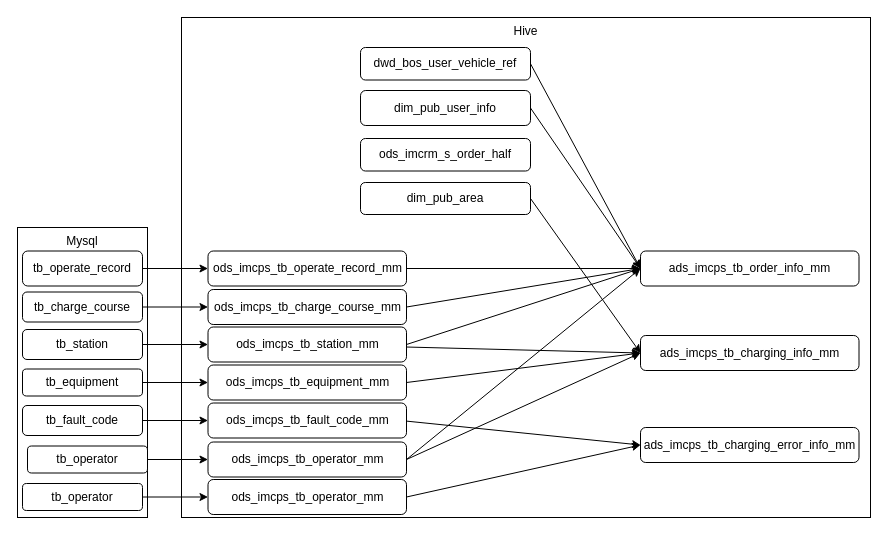
Before: 公共充电数据链路图.drawio in taitaibai/test, a draw.io diagram. Source tidied: cells renumbered, new cells numbered last; positions are measured from the earlier drawing's top-left corner, leaving out a move shared by most shapes. Both pictures are drawn from the tidied source at 100%, with x=0, y=0 at pixel (17, 17).
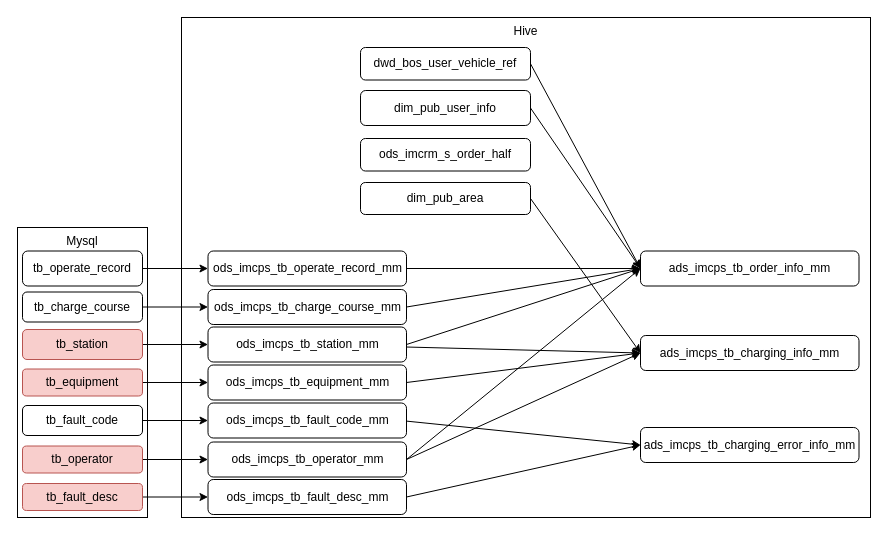
After the change.

Commit message:
更新公共充电数据链路图.drawio

Change to the diagram source:
```diff
@@
-    <mxCell id="9" value="tb_station" style="rounded=1;whiteSpace=wrap;html=1;" parent="1" vertex="1">
+    <mxCell id="9" value="tb_station" style="rounded=1;whiteSpace=wrap;html=1;fillColor=#f8cecc;strokeColor=#b85450;" parent="1" vertex="1">
       <mxGeometry x="5" y="312" width="120" height="30" as="geometry" />
     </mxCell>
@@
-    <mxCell id="11" value="tb_equipment" style="rounded=1;whiteSpace=wrap;html=1;" parent="1" vertex="1">
+    <mxCell id="11" value="tb_equipment" style="rounded=1;whiteSpace=wrap;html=1;fillColor=#f8cecc;strokeColor=#b85450;" parent="1" vertex="1">
       <mxGeometry x="5" y="351.5" width="120" height="27" as="geometry" />
     </mxCell>
@@
-    <mxCell id="15" value="tb_operator" style="rounded=1;whiteSpace=wrap;html=1;" parent="1" vertex="1">
-      <mxGeometry x="10" y="428.5" width="120" height="27" as="geometry" />
+    <mxCell id="15" value="tb_operator" style="rounded=1;whiteSpace=wrap;html=1;fillColor=#f8cecc;strokeColor=#b85450;" parent="1" vertex="1">
+      <mxGeometry x="5" y="428.5" width="120" height="27" as="geometry" />
     </mxCell>
@@
-    <mxCell id="41" value="tb_operator" style="rounded=1;whiteSpace=wrap;html=1;" parent="1" vertex="1">
+    <mxCell id="41" value="tb_fault_desc" style="rounded=1;whiteSpace=wrap;html=1;fillColor=#f8cecc;strokeColor=#b85450;" parent="1" vertex="1">
       <mxGeometry x="5" y="466" width="120" height="27" as="geometry" />
     </mxCell>
@@
-    <mxCell id="43" value="ods_imcps_tb_operator_mm" style="rounded=1;whiteSpace=wrap;html=1;" parent="1" vertex="1">
+    <mxCell id="43" value="ods_imcps_tb_fault_desc_mm" style="rounded=1;whiteSpace=wrap;html=1;" parent="1" vertex="1">
       <mxGeometry x="190.5" y="462" width="198.5" height="35" as="geometry" />
     </mxCell>
```
